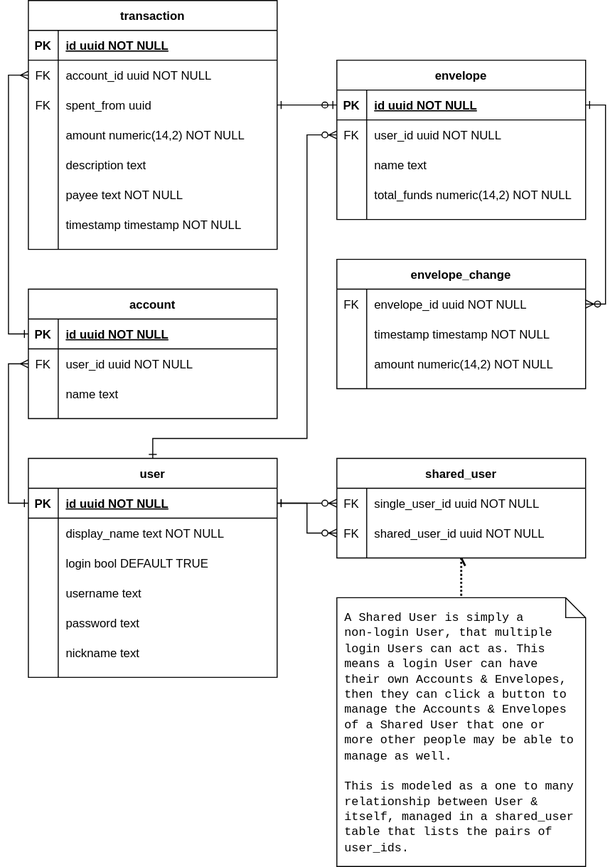
Before: data-er.svg, a diagram exported from draw.io (andrew-chang-dewitt/hoops-api). Source tidied: cells renumbered, new cells last; positions are measured from the earlier drawing's top-left corner, leaving out a move shared by most shapes.
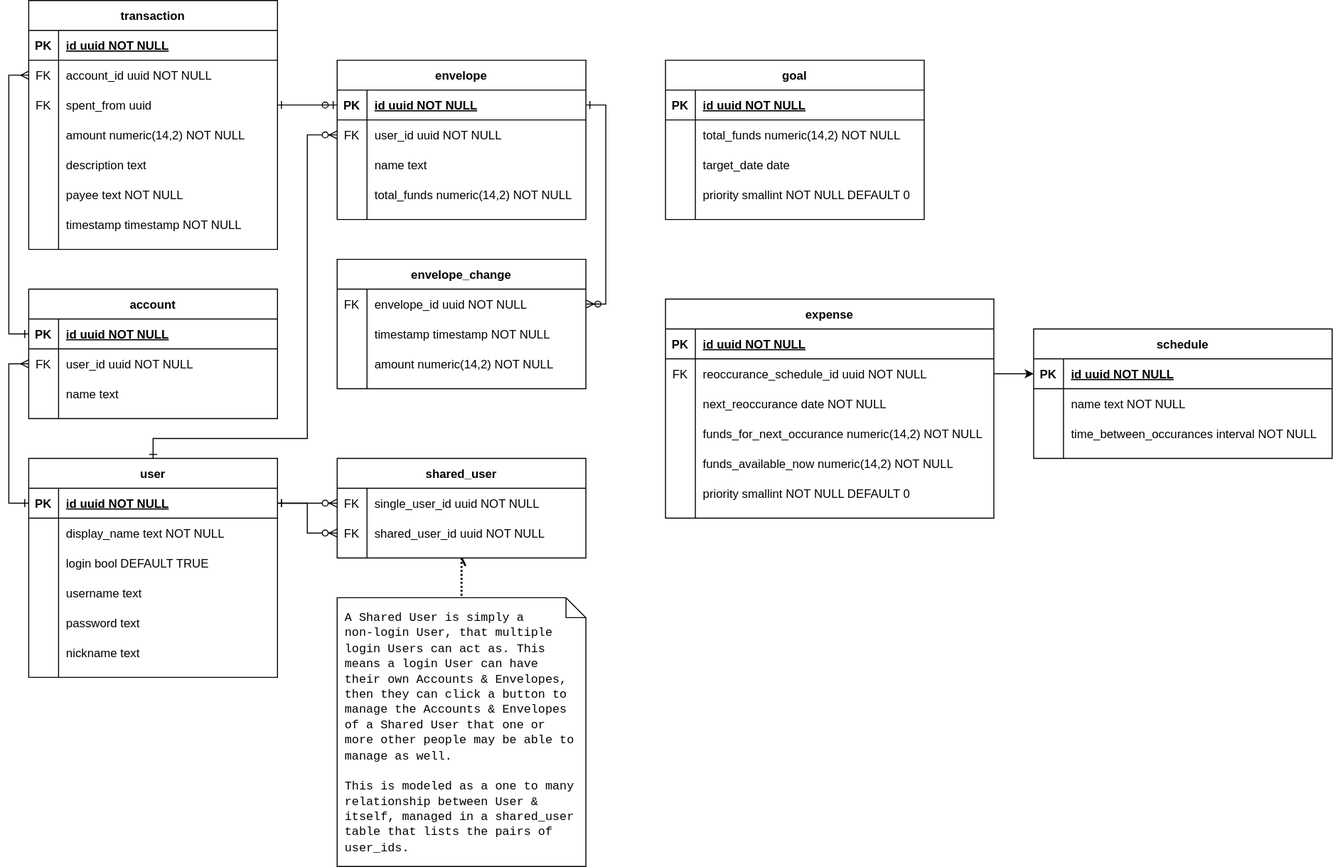
The same diagram one commit later.

Commit message:
Add partially complete goal & expense entities.

Diff of the diagram source:
```diff
@@ -298,5 +298,134 @@
     <mxCell id="91" value="&lt;font face=&quot;Courier New&quot;&gt;A Shared User is simply a &lt;br&gt;non-login User, that multiple login Users can act as. This means a login User can have their own Accounts &amp;amp; Envelopes, then they can click a button to manage the Accounts &amp;amp; Envelopes of a Shared User that one or more other people may be able to manage as well.&lt;br&gt;&lt;br&gt;This is modeled as a one to many relationship between User &amp;amp; itself, managed in a shared_user table that lists the pairs of user_ids.&amp;nbsp;&lt;br&gt;&lt;/font&gt;" style="shape=note;size=20;whiteSpace=wrap;html=1;fillColor=none;align=left;verticalAlign=top;perimeterSpacing=0;spacingTop=6;spacingLeft=6;spacingBottom=6;spacingRight=6;strokeColor=default;fontColor=default;" parent="1" vertex="1">
       <mxGeometry x="330" y="600" width="250" height="270" as="geometry" />
     </mxCell>
+    <mxCell id="92" value="goal" style="shape=table;startSize=30;rowLines=0;fontStyle=1;align=center;fillColor=none;strokeColor=default;fontColor=default;" parent="1" vertex="1">
+      <mxGeometry x="660" y="60" width="260" height="160" as="geometry" />
+    </mxCell>
+    <mxCell id="93" style="shape=partialRectangle;fillColor=none;top=0;left=0;right=0;bottom=1;strokeColor=default;fontColor=default;" parent="92" vertex="1">
+      <mxGeometry y="30" width="260" height="30" as="geometry" />
+    </mxCell>
+    <mxCell id="94" value="PK" style="shape=partialRectangle;overflow=hidden;fillColor=none;top=0;left=0;bottom=0;right=0;fontStyle=1;strokeColor=default;fontColor=default;" parent="93" vertex="1">
+      <mxGeometry width="30" height="30" as="geometry" />
+    </mxCell>
+    <mxCell id="95" value="id uuid NOT NULL" style="shape=partialRectangle;overflow=hidden;fillColor=none;top=0;left=0;bottom=0;right=0;align=left;spacingLeft=6;fontStyle=5;strokeColor=default;fontColor=default;" parent="93" vertex="1">
+      <mxGeometry x="30" width="230" height="30" as="geometry" />
+    </mxCell>
+    <mxCell id="96" style="shape=partialRectangle;fillColor=none;top=0;left=0;right=0;bottom=0;strokeColor=default;fontColor=default;" parent="92" vertex="1">
+      <mxGeometry y="60" width="260" height="30" as="geometry" />
+    </mxCell>
+    <mxCell id="97" style="shape=partialRectangle;overflow=hidden;fillColor=none;top=0;left=0;bottom=0;right=0;strokeColor=default;fontColor=default;" parent="96" vertex="1">
+      <mxGeometry width="30" height="30" as="geometry" />
+    </mxCell>
+    <mxCell id="98" value="total_funds numeric(14,2) NOT NULL" style="shape=partialRectangle;overflow=hidden;fillColor=none;top=0;left=0;bottom=0;right=0;align=left;spacingLeft=6;strokeColor=default;fontColor=default;" parent="96" vertex="1">
+      <mxGeometry x="30" width="230" height="30" as="geometry" />
+    </mxCell>
+    <mxCell id="99" style="shape=partialRectangle;fillColor=none;top=0;left=0;right=0;bottom=0;strokeColor=default;fontColor=default;" parent="92" vertex="1">
+      <mxGeometry y="90" width="260" height="30" as="geometry" />
+    </mxCell>
+    <mxCell id="100" style="shape=partialRectangle;overflow=hidden;fillColor=none;top=0;left=0;bottom=0;right=0;strokeColor=default;fontColor=default;" parent="99" vertex="1">
+      <mxGeometry width="30" height="30" as="geometry" />
+    </mxCell>
+    <mxCell id="101" value="target_date date" style="shape=partialRectangle;overflow=hidden;fillColor=none;top=0;left=0;bottom=0;right=0;align=left;spacingLeft=6;strokeColor=default;fontColor=default;" parent="99" vertex="1">
+      <mxGeometry x="30" width="230" height="30" as="geometry" />
+    </mxCell>
+    <mxCell id="102" style="shape=partialRectangle;fillColor=none;top=0;left=0;right=0;bottom=0;strokeColor=default;fontColor=default;" parent="92" vertex="1">
+      <mxGeometry y="120" width="260" height="30" as="geometry" />
+    </mxCell>
+    <mxCell id="103" style="shape=partialRectangle;overflow=hidden;fillColor=none;top=0;left=0;bottom=0;right=0;strokeColor=default;fontColor=default;" parent="102" vertex="1">
+      <mxGeometry width="30" height="30" as="geometry" />
+    </mxCell>
+    <mxCell id="104" value="priority smallint NOT NULL DEFAULT 0" style="shape=partialRectangle;overflow=hidden;fillColor=none;top=0;left=0;bottom=0;right=0;align=left;spacingLeft=6;strokeColor=default;fontColor=default;" parent="102" vertex="1">
+      <mxGeometry x="30" width="230" height="30" as="geometry" />
+    </mxCell>
+    <mxCell id="105" style="edgeStyle=orthogonalEdgeStyle;rounded=0;jettySize=auto;html=1;exitX=1;exitY=0.5;exitDx=0;exitDy=0;entryX=0;entryY=0.5;entryDx=0;entryDy=0;" parent="1" edge="1" source="110" target="126">
+      <mxGeometry relative="1" as="geometry" />
+    </mxCell>
+    <mxCell id="106" value="expense" style="shape=table;startSize=30;rowLines=0;fontStyle=1;align=center;fillColor=none;strokeColor=default;fontColor=default;" parent="1" vertex="1">
+      <mxGeometry x="660" y="300" width="330" height="220" as="geometry" />
+    </mxCell>
+    <mxCell id="107" style="shape=partialRectangle;fillColor=none;top=0;left=0;right=0;bottom=1;strokeColor=default;fontColor=default;" parent="106" vertex="1">
+      <mxGeometry y="30" width="330" height="30" as="geometry" />
+    </mxCell>
+    <mxCell id="108" value="PK" style="shape=partialRectangle;overflow=hidden;fillColor=none;top=0;left=0;bottom=0;right=0;fontStyle=1;strokeColor=default;fontColor=default;" parent="107" vertex="1">
+      <mxGeometry width="30" height="30" as="geometry" />
+    </mxCell>
+    <mxCell id="109" value="id uuid NOT NULL" style="shape=partialRectangle;overflow=hidden;fillColor=none;top=0;left=0;bottom=0;right=0;align=left;spacingLeft=6;fontStyle=5;strokeColor=default;fontColor=default;" parent="107" vertex="1">
+      <mxGeometry x="30" width="300" height="30" as="geometry" />
+    </mxCell>
+    <mxCell id="110" style="shape=partialRectangle;fillColor=none;points=[[0,0.5],[1,0.5]];portConstraint=eastwest;top=0;left=0;right=0;bottom=0;strokeColor=default;fontColor=default;" parent="106" vertex="1">
+      <mxGeometry y="60" width="330" height="30" as="geometry" />
+    </mxCell>
+    <mxCell id="111" value="FK" style="shape=partialRectangle;overflow=hidden;fillColor=none;top=0;left=0;bottom=0;right=0;strokeColor=default;fontColor=default;" parent="110" vertex="1">
+      <mxGeometry width="30" height="30" as="geometry" />
+    </mxCell>
+    <mxCell id="112" value="reoccurance_schedule_id uuid NOT NULL" style="shape=partialRectangle;overflow=hidden;fillColor=none;top=0;left=0;bottom=0;right=0;align=left;spacingLeft=6;strokeColor=default;fontColor=default;" parent="110" vertex="1">
+      <mxGeometry x="30" width="300" height="30" as="geometry" />
+    </mxCell>
+    <mxCell id="113" style="shape=partialRectangle;fillColor=none;top=0;left=0;right=0;bottom=0;strokeColor=default;fontColor=default;" parent="106" vertex="1">
+      <mxGeometry y="90" width="330" height="30" as="geometry" />
+    </mxCell>
+    <mxCell id="114" style="shape=partialRectangle;overflow=hidden;fillColor=none;top=0;left=0;bottom=0;right=0;strokeColor=default;fontColor=default;" parent="113" vertex="1">
+      <mxGeometry width="30" height="30" as="geometry" />
+    </mxCell>
+    <mxCell id="115" value="next_reoccurance date NOT NULL" style="shape=partialRectangle;overflow=hidden;fillColor=none;top=0;left=0;bottom=0;right=0;align=left;spacingLeft=6;strokeColor=default;fontColor=default;" parent="113" vertex="1">
+      <mxGeometry x="30" width="300" height="30" as="geometry" />
+    </mxCell>
+    <mxCell id="116" style="shape=partialRectangle;fillColor=none;top=0;left=0;right=0;bottom=0;strokeColor=default;fontColor=default;" parent="106" vertex="1">
+      <mxGeometry y="120" width="330" height="30" as="geometry" />
+    </mxCell>
+    <mxCell id="117" style="shape=partialRectangle;overflow=hidden;fillColor=none;top=0;left=0;bottom=0;right=0;strokeColor=default;fontColor=default;" parent="116" vertex="1">
+      <mxGeometry width="30" height="30" as="geometry" />
+    </mxCell>
+    <mxCell id="118" value="funds_for_next_occurance numeric(14,2) NOT NULL" style="shape=partialRectangle;overflow=hidden;fillColor=none;top=0;left=0;bottom=0;right=0;align=left;spacingLeft=6;strokeColor=default;fontColor=default;" parent="116" vertex="1">
+      <mxGeometry x="30" width="300" height="30" as="geometry" />
+    </mxCell>
+    <mxCell id="119" style="shape=partialRectangle;fillColor=none;top=0;left=0;right=0;bottom=0;strokeColor=default;fontColor=default;" parent="106" vertex="1">
+      <mxGeometry y="150" width="330" height="30" as="geometry" />
+    </mxCell>
+    <mxCell id="120" style="shape=partialRectangle;overflow=hidden;fillColor=none;top=0;left=0;bottom=0;right=0;strokeColor=default;fontColor=default;" parent="119" vertex="1">
+      <mxGeometry width="30" height="30" as="geometry" />
+    </mxCell>
+    <mxCell id="121" value="funds_available_now numeric(14,2) NOT NULL" style="shape=partialRectangle;overflow=hidden;fillColor=none;top=0;left=0;bottom=0;right=0;align=left;spacingLeft=6;strokeColor=default;fontColor=default;" parent="119" vertex="1">
+      <mxGeometry x="30" width="300" height="30" as="geometry" />
+    </mxCell>
+    <mxCell id="122" style="shape=partialRectangle;fillColor=none;top=0;left=0;right=0;bottom=0;strokeColor=default;fontColor=default;" parent="106" vertex="1">
+      <mxGeometry y="180" width="330" height="30" as="geometry" />
+    </mxCell>
+    <mxCell id="123" style="shape=partialRectangle;overflow=hidden;fillColor=none;top=0;left=0;bottom=0;right=0;strokeColor=default;fontColor=default;" parent="122" vertex="1">
+      <mxGeometry width="30" height="30" as="geometry" />
+    </mxCell>
+    <mxCell id="124" value="priority smallint NOT NULL DEFAULT 0" style="shape=partialRectangle;overflow=hidden;fillColor=none;top=0;left=0;bottom=0;right=0;align=left;spacingLeft=6;strokeColor=default;fontColor=default;" parent="122" vertex="1">
+      <mxGeometry x="30" width="300" height="30" as="geometry" />
+    </mxCell>
+    <mxCell id="125" value="schedule" style="shape=table;startSize=30;rowLines=0;fontStyle=1;align=center;fillColor=none;strokeColor=default;fontColor=default;" parent="1" vertex="1">
+      <mxGeometry x="1030" y="330" width="300" height="130" as="geometry" />
+    </mxCell>
+    <mxCell id="126" style="shape=partialRectangle;fillColor=none;points=[[0,0.5],[1,0.5]];portConstraint=eastwest;top=0;left=0;right=0;bottom=1;strokeColor=default;fontColor=default;" parent="125" vertex="1">
+      <mxGeometry y="30" width="300" height="30" as="geometry" />
+    </mxCell>
+    <mxCell id="127" value="PK" style="shape=partialRectangle;overflow=hidden;fillColor=none;top=0;left=0;bottom=0;right=0;fontStyle=1;strokeColor=default;fontColor=default;" parent="126" vertex="1">
+      <mxGeometry width="30" height="30" as="geometry" />
+    </mxCell>
+    <mxCell id="128" value="id uuid NOT NULL" style="shape=partialRectangle;overflow=hidden;fillColor=none;top=0;left=0;bottom=0;right=0;align=left;spacingLeft=6;fontStyle=5;strokeColor=default;fontColor=default;" parent="126" vertex="1">
+      <mxGeometry x="30" width="270" height="30" as="geometry" />
+    </mxCell>
+    <mxCell id="129" style="shape=partialRectangle;fillColor=none;top=0;left=0;right=0;bottom=0;strokeColor=default;fontColor=default;" parent="125" vertex="1">
+      <mxGeometry y="60" width="300" height="30" as="geometry" />
+    </mxCell>
+    <mxCell id="130" style="shape=partialRectangle;overflow=hidden;fillColor=none;top=0;left=0;bottom=0;right=0;strokeColor=default;fontColor=default;" parent="129" vertex="1">
+      <mxGeometry width="30" height="30" as="geometry" />
+    </mxCell>
+    <mxCell id="131" value="name text NOT NULL" style="shape=partialRectangle;overflow=hidden;fillColor=none;top=0;left=0;bottom=0;right=0;align=left;spacingLeft=6;strokeColor=default;fontColor=default;" parent="129" vertex="1">
+      <mxGeometry x="30" width="270" height="30" as="geometry" />
+    </mxCell>
+    <mxCell id="132" style="shape=partialRectangle;fillColor=none;top=0;left=0;right=0;bottom=0;strokeColor=default;fontColor=default;" parent="125" vertex="1">
+      <mxGeometry y="90" width="300" height="30" as="geometry" />
+    </mxCell>
+    <mxCell id="133" style="shape=partialRectangle;overflow=hidden;fillColor=none;top=0;left=0;bottom=0;right=0;strokeColor=default;fontColor=default;" parent="132" vertex="1">
+      <mxGeometry width="30" height="30" as="geometry" />
+    </mxCell>
+    <mxCell id="134" value="time_between_occurances interval NOT NULL" style="shape=partialRectangle;overflow=hidden;fillColor=none;top=0;left=0;bottom=0;right=0;align=left;spacingLeft=6;strokeColor=default;fontColor=default;" parent="132" vertex="1">
+      <mxGeometry x="30" width="270" height="30" as="geometry" />
+    </mxCell>
   </root>
 </mxGraphModel>
```
